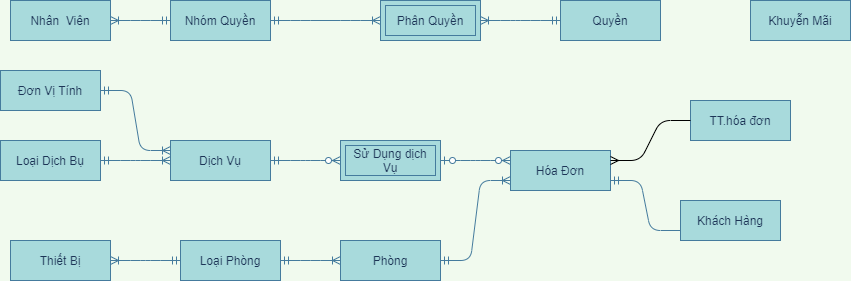
This is EntityRelationship-QLKS.png from maialino123/QLKS, a draw.io export, as it was before one commit. Source tidied: cells renumbered, new cells last; positions are measured from the earlier drawing's top-left corner, leaving out a move shared by most shapes.
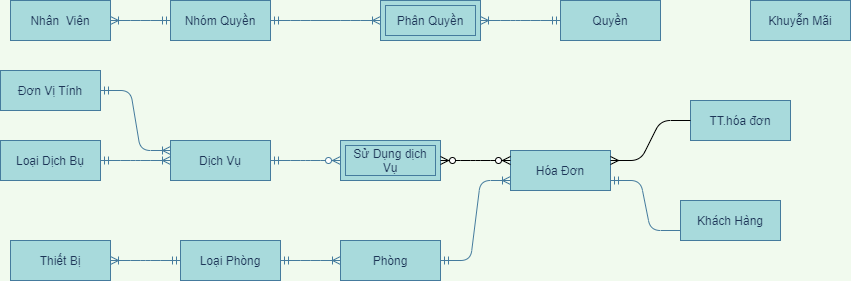
Later version of the same file.

Diff of the diagram source:
```diff
@@ -68,9 +68,6 @@
     <mxCell id="23" style="edgeStyle=entityRelationEdgeStyle;fontSize=12;html=1;endArrow=ERoneToMany;startArrow=ERmandOne;strokeColor=#457B9D;fillColor=#A8DADC;exitX=1;exitY=0.5;exitDx=0;exitDy=0;entryX=0;entryY=0.75;entryDx=0;entryDy=0;labelBackgroundColor=#F1FAEE;fontColor=#1D3557;" parent="1" edge="1" source="18" target="20">
       <mxGeometry relative="1" as="geometry" />
     </mxCell>
-    <mxCell id="24" style="edgeStyle=entityRelationEdgeStyle;fontSize=12;html=1;endArrow=ERzeroToMany;startArrow=ERzeroToOne;exitX=1;exitY=0.5;exitDx=0;exitDy=0;entryX=0;entryY=0.25;entryDx=0;entryDy=0;labelBackgroundColor=#F1FAEE;strokeColor=#457B9D;fontColor=#1D3557;" parent="1" edge="1" source="6" target="20">
-      <mxGeometry relative="1" as="geometry" />
-    </mxCell>
     <mxCell id="25" value="TT.hóa đơn" style="whiteSpace=wrap;html=1;align=center;rounded=0;sketch=0;strokeColor=#457B9D;fillColor=#A8DADC;fontColor=#1D3557;" parent="1" vertex="1">
       <mxGeometry x="690" y="100" width="100" height="40" as="geometry" />
     </mxCell>
@@ -83,5 +80,10 @@
     <mxCell id="28" style="edgeStyle=entityRelationEdgeStyle;fontSize=12;html=1;endArrow=ERoneToMany;startArrow=ERmandOne;strokeColor=#457B9D;fontColor=#1D3557;exitX=1;exitY=0.5;exitDx=0;exitDy=0;entryX=0;entryY=0.25;entryDx=0;entryDy=0;labelBackgroundColor=#F1FAEE;" parent="1" edge="1" source="27" target="14">
       <mxGeometry relative="1" as="geometry" />
     </mxCell>
+    <mxCell id="29" style="edgeStyle=entityRelationEdgeStyle;fontSize=12;html=1;endArrow=ERzeroToMany;endFill=1;startArrow=ERzeroToMany;exitX=1;exitY=0.5;exitDx=0;exitDy=0;" parent="1" edge="1" source="6">
+      <mxGeometry relative="1" as="geometry">
+        <mxPoint x="510" y="160" as="targetPoint" />
+      </mxGeometry>
+    </mxCell>
   </root>
 </mxGraphModel>
```
